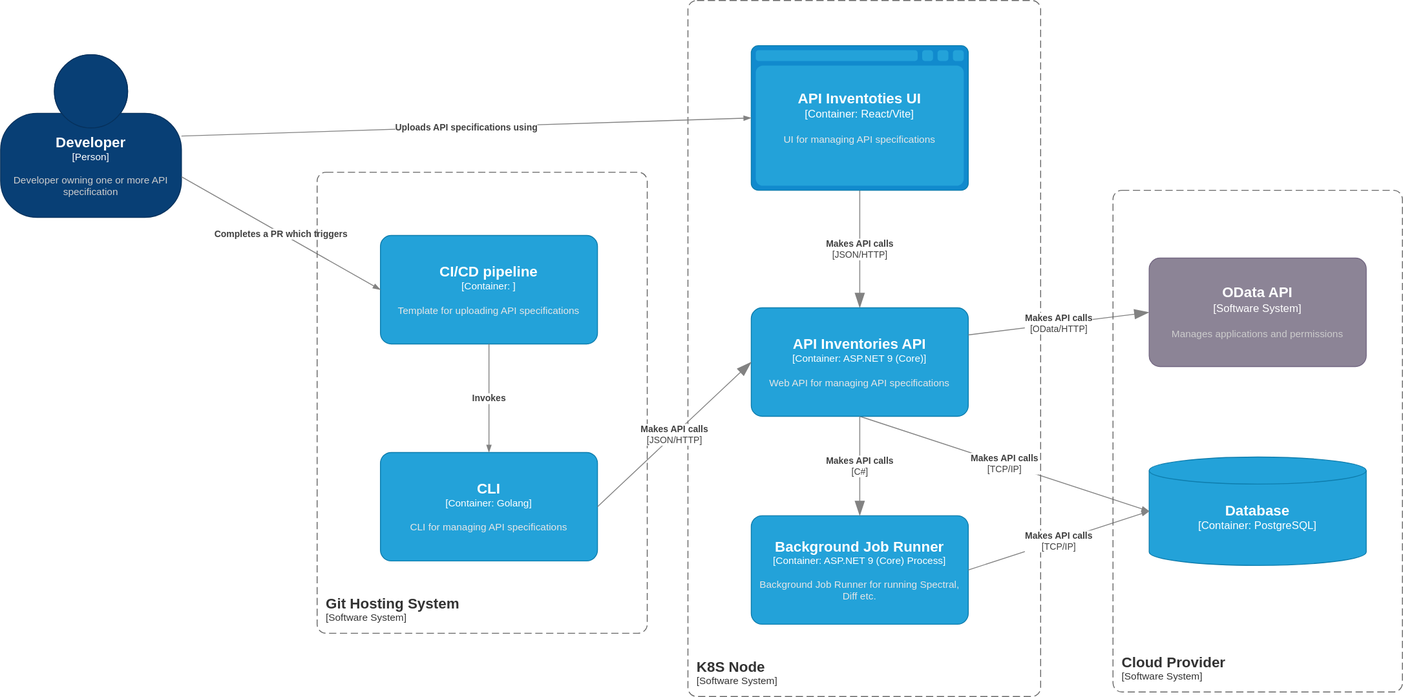
Earlier version of the draw.io export api-inventories.drawio.svg (tsvetelintsonev/diagrams). Source tidied: cells renumbered, new cells last; positions are measured from the earlier drawing's top-left corner, leaving out a move shared by most shapes.
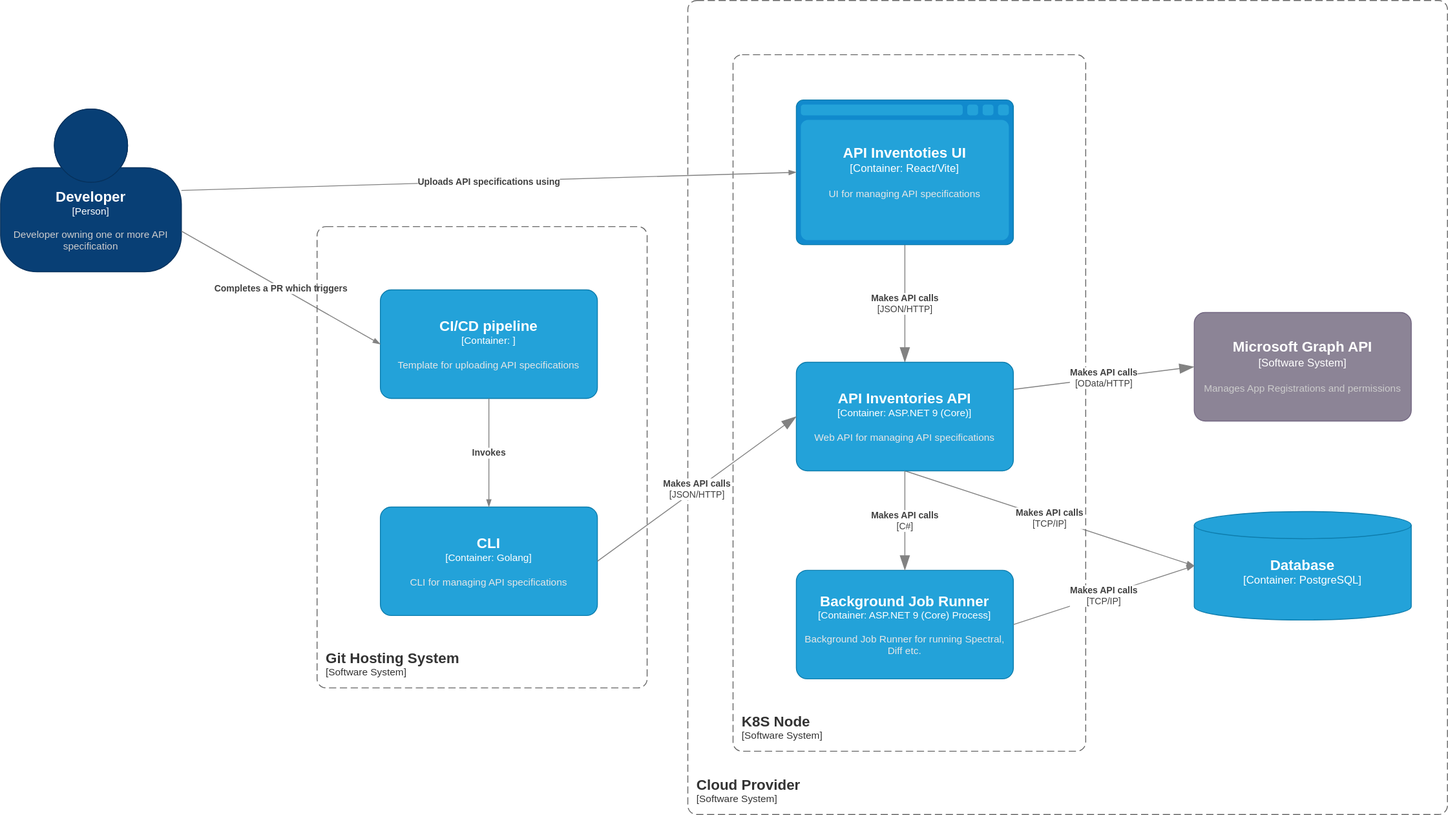
The same diagram one commit later.

Change to the diagram source:
```diff
@@ -9,12 +9,12 @@
     </object>
     <object id="3" label="&lt;font style=&quot;font-size: 16px&quot;&gt;&lt;b&gt;%c4Name%&lt;/b&gt;&lt;/font&gt;&lt;div&gt;[%c4Type%: %c4Technology%]&lt;/div&gt;&lt;br&gt;&lt;div&gt;&lt;font style=&quot;font-size: 11px&quot;&gt;&lt;font color=&quot;#E6E6E6&quot;&gt;%c4Description%&lt;/font&gt;&lt;/div&gt;" c4Description="CLI for managing API specifications" c4Name="CLI" c4Technology="Golang" c4Type="Container" placeholders="1">
       <mxCell style="rounded=1;whiteSpace=wrap;html=1;fontSize=11;labelBackgroundColor=none;fillColor=#23A2D9;fontColor=#ffffff;align=center;arcSize=10;strokeColor=#0E7DAD;points=[[0.25,0,0],[0.5,0,0],[0.75,0,0],[1,0.25,0],[1,0.5,0],[1,0.75,0],[0.75,1,0],[0.5,1,0],[0.25,1,0],[0,0.75,0],[0,0.5,0],[0,0.25,0]];" parent="1" vertex="1">
-        <mxGeometry x="420" y="500" width="240" height="120" as="geometry" />
+        <mxGeometry x="370" y="500" width="240" height="120" as="geometry" />
       </mxCell>
     </object>
     <object id="4" label="&lt;font style=&quot;font-size: 16px&quot;&gt;&lt;b&gt;%c4Name%&lt;/b&gt;&lt;/font&gt;&lt;div&gt;[%c4Type%]&lt;/div&gt;&lt;br&gt;&lt;div&gt;&lt;font style=&quot;font-size: 11px&quot;&gt;&lt;font color=&quot;#cccccc&quot;&gt;%c4Description%&lt;/font&gt;&lt;/div&gt;" c4Description="Developer owning one or more API specification" c4Name="Developer" c4Type="Person" placeholders="1">
       <mxCell style="html=1;fontSize=11;dashed=0;whiteSpace=wrap;fillColor=#083F75;strokeColor=#06315C;fontColor=#ffffff;shape=mxgraph.c4.person2;align=center;points=[[0.5,0,0],[1,0.5,0],[1,0.75,0],[0.75,1,0],[0.5,1,0],[0.25,1,0],[0,0.75,0],[0,0.5,0]];" parent="1" vertex="1">
-        <mxGeometry y="60" width="200" height="180" as="geometry" />
+        <mxGeometry x="-50" y="60" width="200" height="180" as="geometry" />
       </mxCell>
     </object>
     <object id="5" label="&lt;div style=&quot;text-align: left&quot;&gt;&lt;div style=&quot;text-align: center&quot;&gt;&lt;b&gt;%c4Description%&lt;/b&gt;&lt;/div&gt;&lt;div style=&quot;text-align: center&quot;&gt;[%c4Technology%]&lt;/div&gt;&lt;/div&gt;" c4Description="Makes API calls" c4Technology="TCP/IP" c4Type="Relationship" placeholders="1">
@@ -44,7 +44,7 @@
     </object>
     <object id="10" label="&lt;font style=&quot;font-size: 16px&quot;&gt;&lt;b&gt;%c4Name%&lt;/b&gt;&lt;/font&gt;&lt;div&gt;[%c4Type%: %c4Technology%]&lt;/div&gt;&lt;br&gt;&lt;div&gt;&lt;font style=&quot;font-size: 11px&quot;&gt;&lt;font color=&quot;#E6E6E6&quot;&gt;%c4Description%&lt;/font&gt;&lt;/div&gt;" c4Description="Template for uploading API specifications" c4Name="CI/CD pipeline" c4Technology="" c4Type="Container" placeholders="1">
       <mxCell style="rounded=1;whiteSpace=wrap;html=1;fontSize=11;labelBackgroundColor=none;fillColor=#23A2D9;fontColor=#ffffff;align=center;arcSize=10;strokeColor=#0E7DAD;points=[[0.25,0,0],[0.5,0,0],[0.75,0,0],[1,0.25,0],[1,0.5,0],[1,0.75,0],[0.75,1,0],[0.5,1,0],[0.25,1,0],[0,0.75,0],[0,0.5,0],[0,0.25,0]];" parent="1" vertex="1">
-        <mxGeometry x="420" y="260" width="240" height="120" as="geometry" />
+        <mxGeometry x="370" y="260" width="240" height="120" as="geometry" />
       </mxCell>
     </object>
     <object id="11" label="&lt;font style=&quot;font-size: 16px&quot;&gt;&lt;b&gt;%c4Name%&lt;/b&gt;&lt;/font&gt;&lt;div&gt;[%c4Type%: %c4Technology%]&lt;/div&gt;&lt;br&gt;&lt;div&gt;&lt;font style=&quot;font-size: 11px&quot;&gt;&lt;font color=&quot;#E6E6E6&quot;&gt;%c4Description%&lt;/font&gt;&lt;/div&gt;" c4Description="Background Job Runner for running Spectral, Diff etc." c4Name="Background Job Runner" c4Technology="ASP.NET 9 (Core) Process" c4Type="Container" placeholders="1">
@@ -52,7 +52,7 @@
         <mxGeometry x="830" y="570" width="240" height="120" as="geometry" />
       </mxCell>
     </object>
-    <object id="12" label="&lt;font style=&quot;font-size: 16px&quot;&gt;&lt;b&gt;%c4Name%&lt;/b&gt;&lt;/font&gt;&lt;div&gt;[%c4Type%]&lt;/div&gt;&lt;br&gt;&lt;div&gt;&lt;font style=&quot;font-size: 11px&quot;&gt;&lt;font color=&quot;#cccccc&quot;&gt;%c4Description%&lt;/font&gt;&lt;/div&gt;" c4Description="Manages applications and permissions" c4Name="OData API" c4Type="Software System" placeholders="1">
+    <object id="12" label="&lt;font style=&quot;font-size: 16px&quot;&gt;&lt;b&gt;%c4Name%&lt;/b&gt;&lt;/font&gt;&lt;div&gt;[%c4Type%]&lt;/div&gt;&lt;br&gt;&lt;div&gt;&lt;font style=&quot;font-size: 11px&quot;&gt;&lt;font color=&quot;#cccccc&quot;&gt;%c4Description%&lt;/font&gt;&lt;/div&gt;" c4Description="Manages App Registrations and permissions" c4Name="Microsoft Graph API" c4Type="Software System" placeholders="1">
       <mxCell style="rounded=1;whiteSpace=wrap;html=1;labelBackgroundColor=none;fillColor=#8C8496;fontColor=#ffffff;align=center;arcSize=10;strokeColor=#736782;points=[[0.25,0,0],[0.5,0,0],[0.75,0,0],[1,0.25,0],[1,0.5,0],[1,0.75,0],[0.75,1,0],[0.5,1,0],[0.25,1,0],[0,0.75,0],[0,0.5,0],[0,0.25,0]];" parent="1" vertex="1">
         <mxGeometry x="1270" y="285" width="240" height="120" as="geometry" />
       </mxCell>
@@ -79,12 +79,12 @@
     </object>
     <object id="17" label="&lt;font style=&quot;font-size: 16px&quot;&gt;&lt;b&gt;&lt;div style=&quot;text-align: left&quot;&gt;%c4Name%&lt;/div&gt;&lt;/b&gt;&lt;/font&gt;&lt;div style=&quot;text-align: left&quot;&gt;[%c4Application%]&lt;/div&gt;" c4Application="Software System" c4Name="Cloud Provider" c4Type="SystemScopeBoundary" placeholders="1">
       <mxCell style="rounded=1;fontSize=11;whiteSpace=wrap;html=1;dashed=1;arcSize=20;fillColor=none;strokeColor=#666666;fontColor=#333333;labelBackgroundColor=none;align=left;verticalAlign=bottom;labelBorderColor=none;spacingTop=0;spacing=10;dashPattern=8 4;perimeter=rectanglePerimeter;noLabel=0;labelPadding=0;absoluteArcSize=1;" parent="1" vertex="1">
-        <mxGeometry x="1230" y="210" width="320" height="555" as="geometry" />
+        <mxGeometry x="710" y="-60" width="840" height="900" as="geometry" />
       </mxCell>
     </object>
     <object id="18" label="&lt;font style=&quot;font-size: 16px&quot;&gt;&lt;b&gt;&lt;div style=&quot;text-align: left&quot;&gt;%c4Name%&lt;/div&gt;&lt;/b&gt;&lt;/font&gt;&lt;div style=&quot;text-align: left&quot;&gt;[%c4Application%]&lt;/div&gt;" c4Application="Software System" c4Name="Git Hosting System" c4Type="SystemScopeBoundary" placeholders="1">
       <mxCell style="rounded=1;fontSize=11;whiteSpace=wrap;html=1;dashed=1;arcSize=20;fillColor=none;strokeColor=#666666;fontColor=#333333;labelBackgroundColor=none;align=left;verticalAlign=bottom;labelBorderColor=none;spacingTop=0;spacing=10;dashPattern=8 4;perimeter=rectanglePerimeter;noLabel=0;labelPadding=0;absoluteArcSize=1;" parent="1" vertex="1">
-        <mxGeometry x="350" y="190" width="365" height="510" as="geometry" />
+        <mxGeometry x="300" y="190" width="365" height="510" as="geometry" />
       </mxCell>
     </object>
     <object id="19" label="&lt;div style=&quot;text-align: left&quot;&gt;&lt;div style=&quot;text-align: center&quot;&gt;&lt;b&gt;%c4Description%&lt;/b&gt;&lt;/div&gt;" c4Description="Invokes" c4Type="Relationship" placeholders="1">
```
